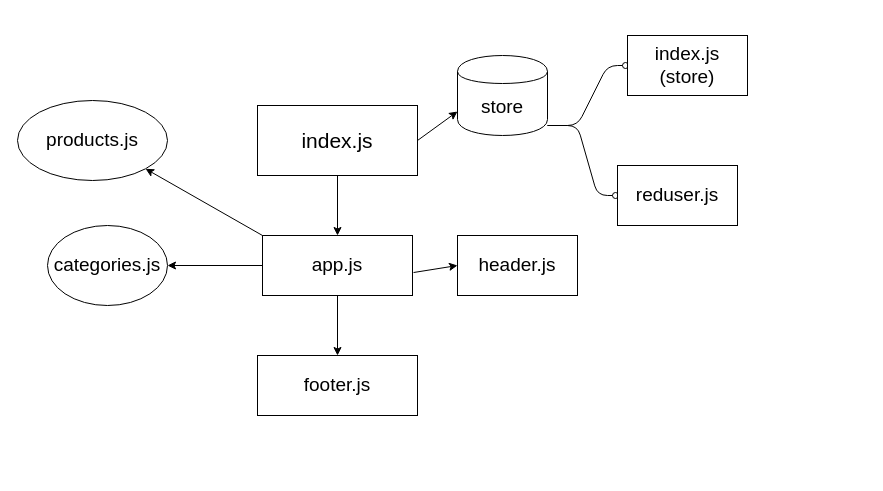
This is UML.drawio from yousef-401-advanced-javascript/storefront, a draw.io file, before an edit. Source tidied: cells renumbered, new cells numbered last; positions are measured from the earlier drawing's top-left corner, leaving out a move shared by most shapes. Both pictures are drawn from the tidied source at 100%, with x=0, y=0 at pixel (17, 35).
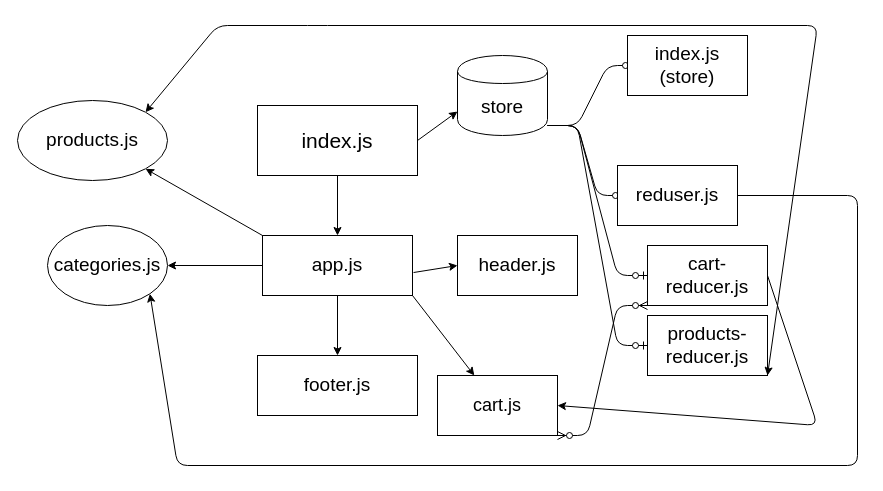
After the change.

Unchanged cells that the change refers to:
```xml
<mxCell id="4" value="app.js" style="rounded=0;whiteSpace=wrap;html=1;fontFamily=Helvetica;fontSize=19;" parent="1" vertex="1">
  <mxGeometry x="245" y="200" width="150" height="60" as="geometry" />
</mxCell>
<mxCell id="10" value="categories.js" style="ellipse;whiteSpace=wrap;html=1;fontFamily=Helvetica;fontSize=19;" parent="1" vertex="1">
  <mxGeometry x="30" y="190" width="120" height="80" as="geometry" />
</mxCell>
<mxCell id="11" value="products.js" style="ellipse;whiteSpace=wrap;html=1;fontFamily=Helvetica;fontSize=19;" parent="1" vertex="1">
  <mxGeometry y="65" width="150" height="80" as="geometry" />
</mxCell>
<mxCell id="18" value="reduser.js" style="rounded=0;whiteSpace=wrap;html=1;fontFamily=Helvetica;fontSize=19;" parent="1" vertex="1">
  <mxGeometry x="600" y="130" width="120" height="60" as="geometry" />
</mxCell>
```

The edit, as a diff of the source:
```diff
@@
+    <mxCell id="19" style="edgeStyle=entityRelationEdgeStyle;fontSize=12;html=1;endArrow=ERzeroToOne;endFill=1;" parent="1" edge="1">
+      <mxGeometry relative="1" as="geometry">
+        <mxPoint x="530" y="90" as="sourcePoint" />
+        <mxPoint x="630" y="240" as="targetPoint" />
+      </mxGeometry>
+    </mxCell>
+    <mxCell id="20" style="edgeStyle=entityRelationEdgeStyle;fontSize=12;html=1;endArrow=ERzeroToOne;endFill=1;entryX=0;entryY=0.5;entryDx=0;entryDy=0;" parent="1" edge="1" target="21">
+      <mxGeometry relative="1" as="geometry">
+        <mxPoint x="530" y="90" as="sourcePoint" />
+      </mxGeometry>
+    </mxCell>
+    <mxCell id="21" value="products-reducer.js" style="rounded=0;whiteSpace=wrap;html=1;fontSize=19;" parent="1" vertex="1">
+      <mxGeometry x="630" y="280" width="120" height="60" as="geometry" />
+    </mxCell>
+    <mxCell id="22" value="cart-reducer.js" style="rounded=0;whiteSpace=wrap;html=1;fontSize=19;" parent="1" vertex="1">
+      <mxGeometry x="630" y="210" width="120" height="60" as="geometry" />
+    </mxCell>
+    <mxCell id="23" style="endArrow=classic;html=1;fontSize=19;exitX=1;exitY=1;exitDx=0;exitDy=0;" parent="1" edge="1" source="4" target="24">
+      <mxGeometry relative="1" as="geometry" />
+    </mxCell>
+    <mxCell id="24" value="cart.js" style="rounded=0;whiteSpace=wrap;html=1;fontSize=18;" parent="1" vertex="1">
+      <mxGeometry x="420" y="340" width="120" height="60" as="geometry" />
+    </mxCell>
+    <mxCell id="25" style="edgeStyle=entityRelationEdgeStyle;fontSize=12;html=1;endArrow=ERzeroToMany;endFill=1;startArrow=ERzeroToMany;entryX=0;entryY=1;entryDx=0;entryDy=0;exitX=1;exitY=1;exitDx=0;exitDy=0;" parent="1" edge="1" source="24" target="22">
+      <mxGeometry relative="1" as="geometry" />
+    </mxCell>
+    <mxCell id="26" style="endArrow=classic;startArrow=classic;html=1;fontSize=18;entryX=1;entryY=1;entryDx=0;entryDy=0;exitX=1;exitY=0;exitDx=0;exitDy=0;" parent="1" edge="1" source="11" target="21">
+      <mxGeometry relative="1" as="geometry">
+        <Array as="points">
+          <mxPoint x="200" y="-10" />
+          <mxPoint x="300" y="-10" />
+          <mxPoint x="800" y="-10" />
+        </Array>
+      </mxGeometry>
+    </mxCell>
+    <mxCell id="27" style="endArrow=classic;html=1;fontSize=18;exitX=1;exitY=0.5;exitDx=0;exitDy=0;entryX=1;entryY=0.5;entryDx=0;entryDy=0;" parent="1" edge="1" source="22" target="24">
+      <mxGeometry relative="1" as="geometry">
+        <Array as="points">
+          <mxPoint x="800" y="390" />
+        </Array>
+      </mxGeometry>
+    </mxCell>
+    <mxCell id="28" style="endArrow=classic;html=1;fontSize=18;exitX=1;exitY=0.5;exitDx=0;exitDy=0;entryX=1;entryY=1;entryDx=0;entryDy=0;" parent="1" edge="1" source="18" target="10">
+      <mxGeometry relative="1" as="geometry">
+        <Array as="points">
+          <mxPoint x="840" y="160" />
+          <mxPoint x="840" y="430" />
+          <mxPoint x="160" y="430" />
+        </Array>
+      </mxGeometry>
+    </mxCell>
```
